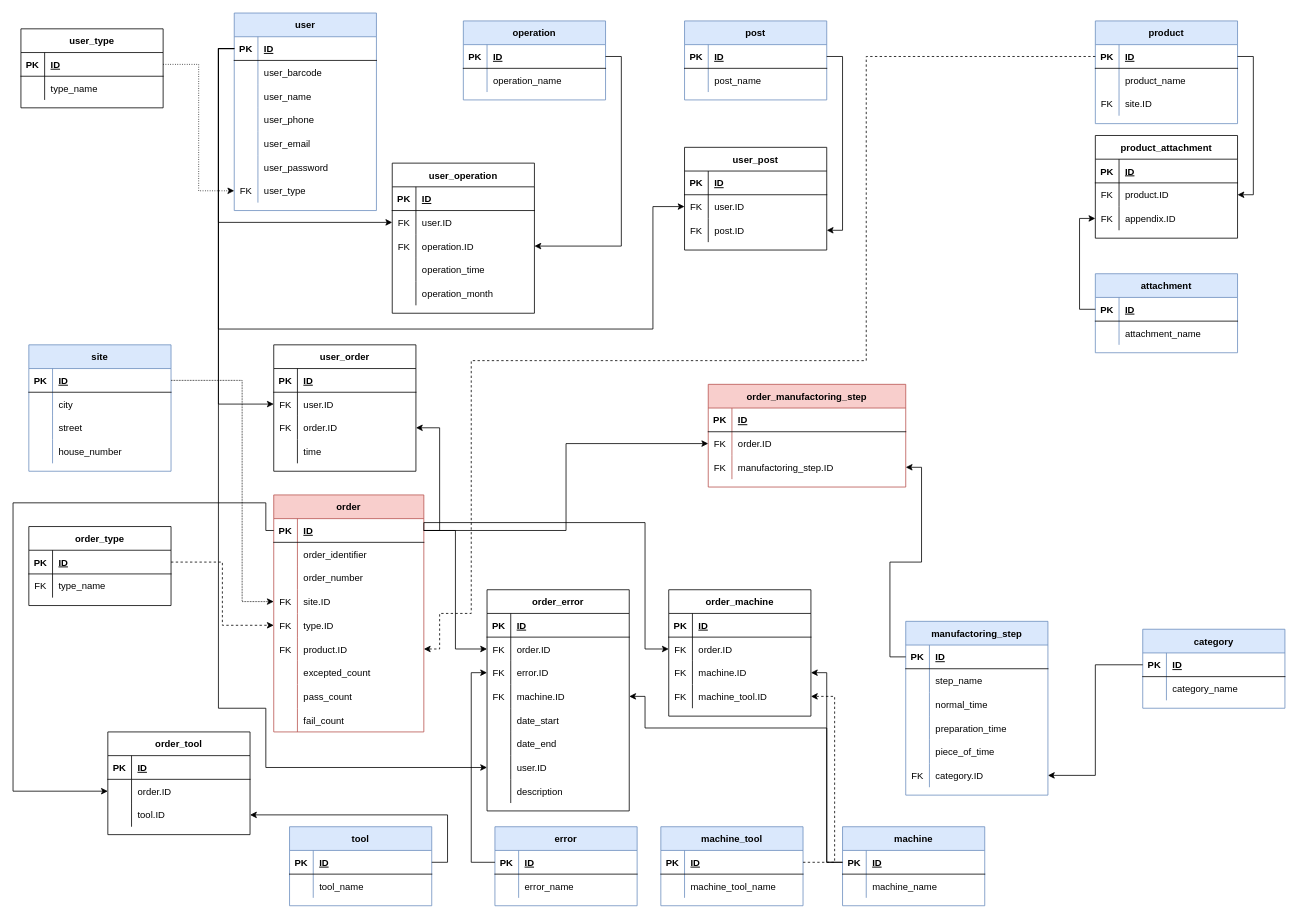
The draw.io diagram DOC/diagrams/database_plan_2_0_0.drawio in KerteszZoltan/mesterminal, before the edit. Source tidied: cells renumbered, new cells numbered last; positions are measured from the earlier drawing's top-left corner, leaving out a move shared by most shapes. Both pictures are drawn from the tidied source at 79%, with x=0, y=0 at pixel (13, 13).
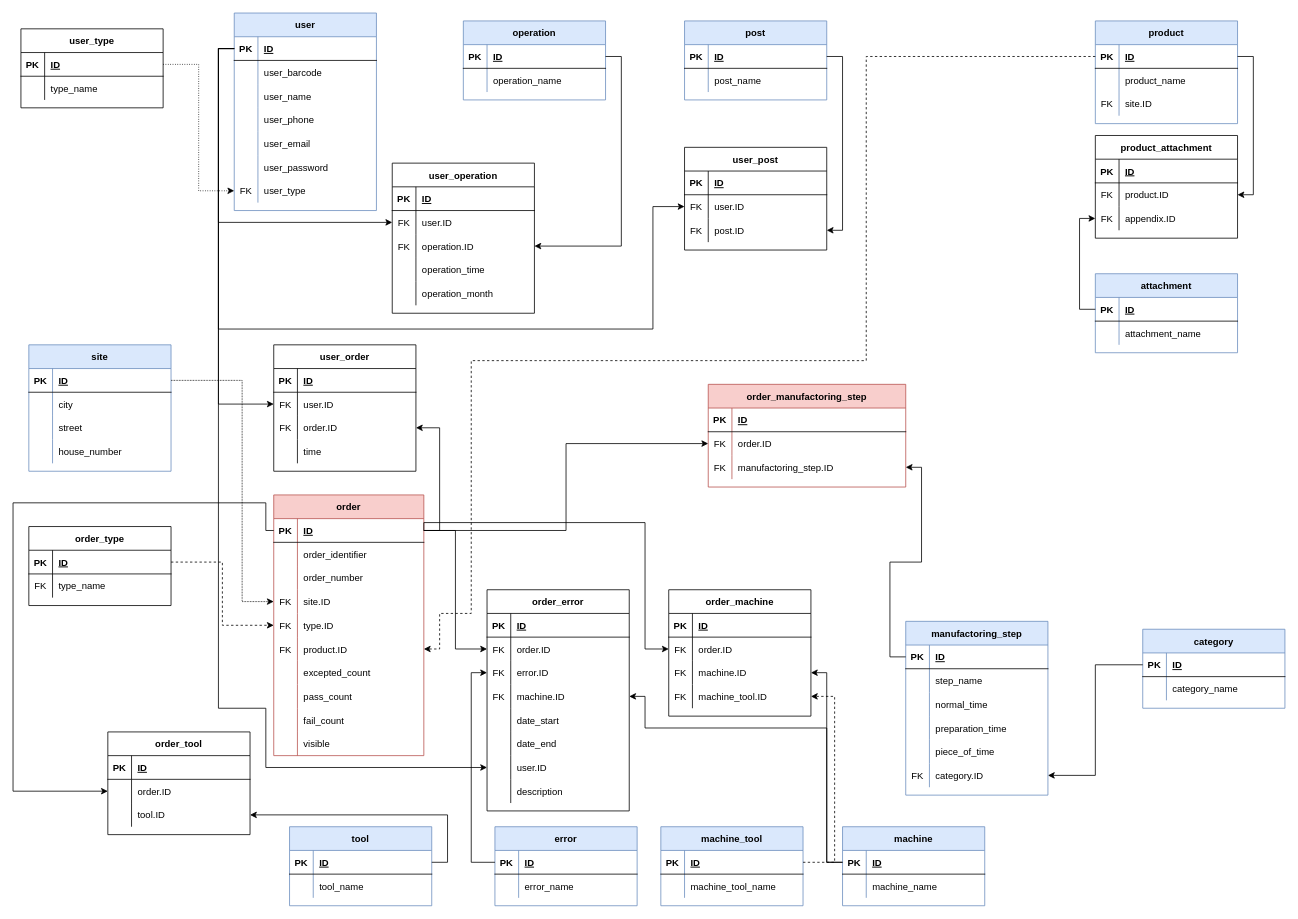
Above is the later version.

Diff of the diagram source:
```diff
@@
     <mxCell id="68" value="order" style="shape=table;startSize=30;childLayout=tableLayout;rowLines=0;fontStyle=1;align=center;fillColor=#f8cecc;strokeColor=#b85450;" parent="1" vertex="1">
-      <mxGeometry x="330" y="610" width="190" height="300" as="geometry" />
+      <mxGeometry x="330" y="610" width="190" height="330" as="geometry" />
     </mxCell>
@@
+    <mxCell id="295" style="shape=partialRectangle;fillColor=none;top=0;left=0;bottom=0;right=0;" parent="68" vertex="1">
+      <mxGeometry y="300" width="190" height="30" as="geometry" />
+    </mxCell>
+    <mxCell id="296" style="shape=partialRectangle;fillColor=none;top=0;left=0;bottom=0;right=0;overflow=hidden;" parent="295" vertex="1">
+      <mxGeometry width="30" height="30" as="geometry" />
+    </mxCell>
+    <mxCell id="297" value="visible" style="shape=partialRectangle;fillColor=none;top=0;left=0;bottom=0;right=0;align=left;spacingLeft=6;overflow=hidden;" parent="295" vertex="1">
+      <mxGeometry x="30" width="160" height="30" as="geometry" />
+    </mxCell>
```
